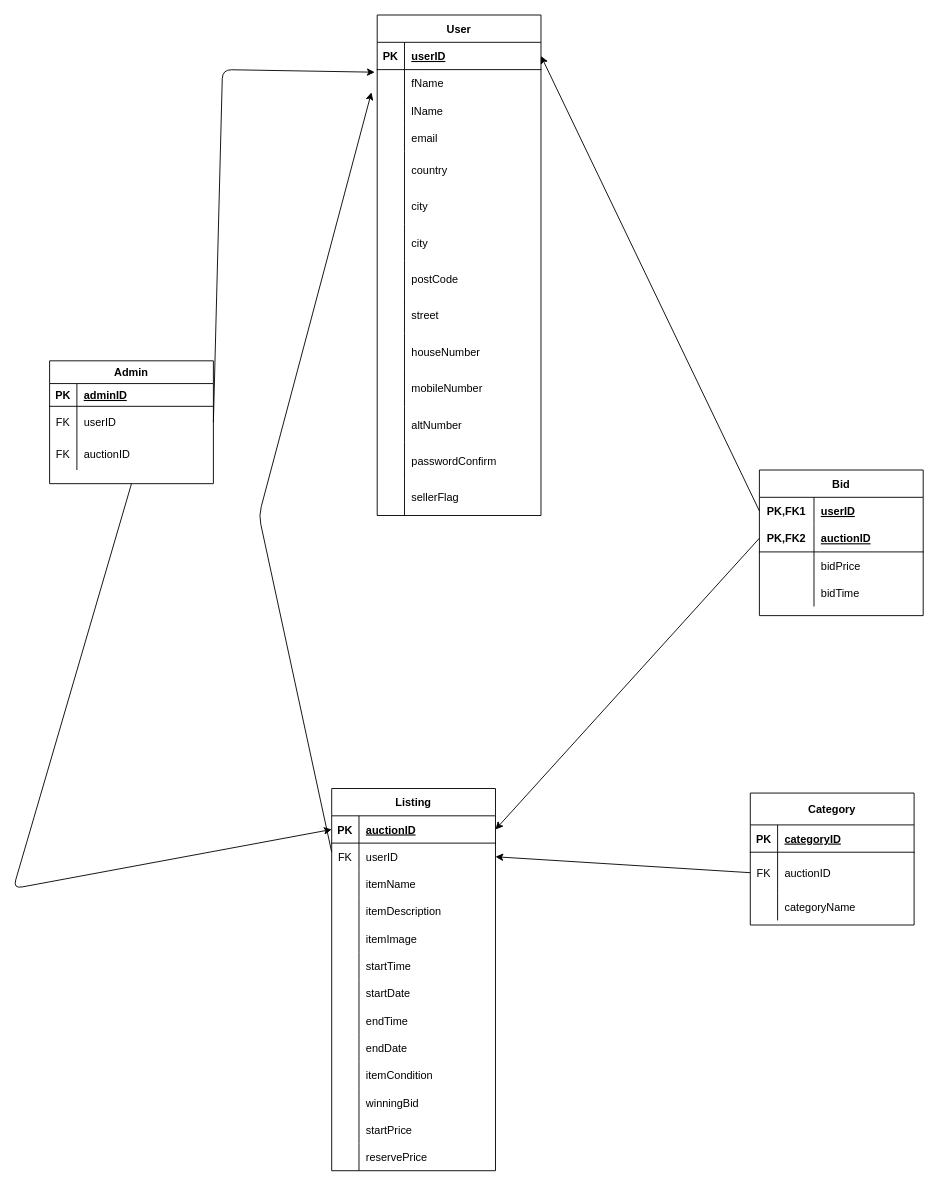
Before: page "RS attempt Gabriel" (5 of 5) of Auction Site ERD.drawio in rwshaw/Auction-Website, a draw.io diagram. Source tidied: cells renumbered, new cells numbered last; positions are measured from the earlier drawing's top-left corner, leaving out a move shared by most shapes. Both pictures are drawn from the tidied source at 91%, with x=0, y=0 at pixel (13, 15).
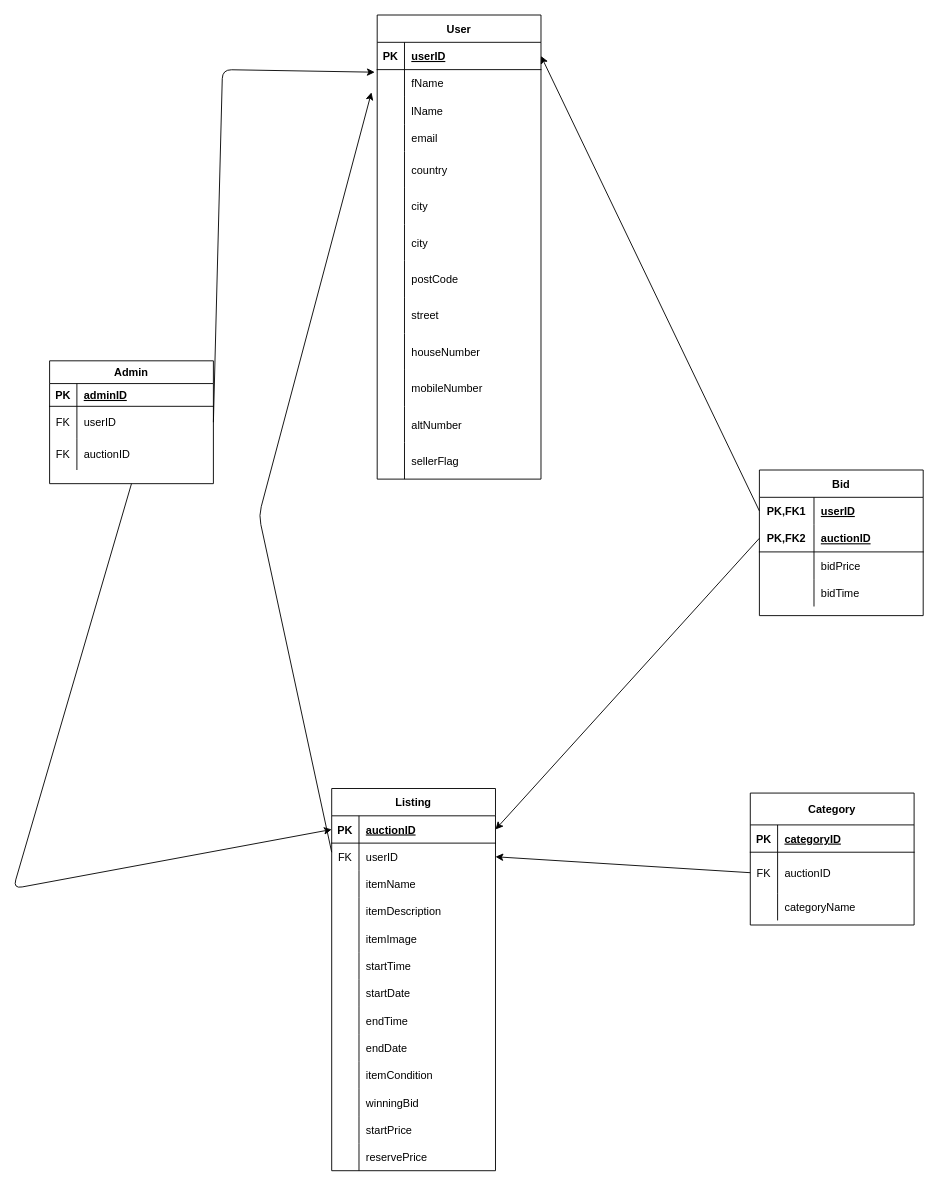
The same diagram, later.

The edit, as a diff of the source:
```diff
@@
     <mxCell id="2" value="User" style="shape=table;startSize=30;childLayout=tableLayout;rowLines=0;fontStyle=1;align=center;" parent="1" vertex="1">
-      <mxGeometry x="400" width="180" height="550" as="geometry" />
+      <mxGeometry x="400" width="180" height="510" as="geometry" />
     </mxCell>
@@
-    <mxCell id="39" style="shape=partialRectangle;fillColor=none;top=0;left=0;bottom=0;right=0;" parent="2" vertex="1">
-      <mxGeometry y="470" width="180" height="40" as="geometry" />
-    </mxCell>
-    <mxCell id="40" style="shape=partialRectangle;fillColor=none;top=0;left=0;bottom=0;right=0;overflow=hidden;" parent="39" vertex="1">
-      <mxGeometry width="30" height="40" as="geometry" />
-    </mxCell>
-    <mxCell id="41" value="passwordConfirm" style="shape=partialRectangle;fillColor=none;top=0;left=0;bottom=0;right=0;align=left;spacingLeft=6;overflow=hidden;" parent="39" vertex="1">
-      <mxGeometry x="30" width="150" height="40" as="geometry" />
-    </mxCell>
     <mxCell id="42" style="shape=partialRectangle;fillColor=none;top=0;left=0;bottom=0;right=0;" parent="2" vertex="1">
-      <mxGeometry y="510" width="180" height="40" as="geometry" />
+      <mxGeometry y="470" width="180" height="40" as="geometry" />
     </mxCell>
```
